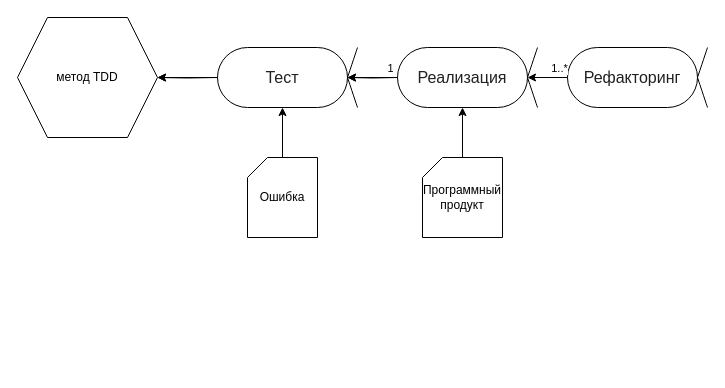
Above: method.drawio in TKarina/UML (draw.io), before the change. Source tidied: cells renumbered, new cells numbered last; positions are measured from the earlier drawing's top-left corner, leaving out a move shared by most shapes. Both pictures are drawn from the tidied source at 100%, with x=0, y=0 at pixel (17, 17).
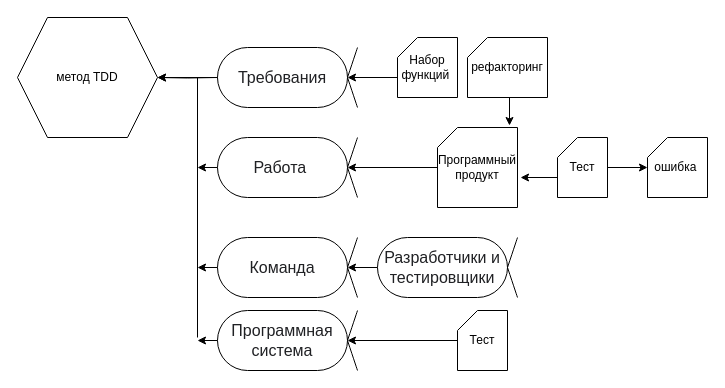
The same diagram, later.

Unchanged cells that the change refers to:
```xml
<mxCell id="3" style="group;" parent="1" vertex="1">
  <mxGeometry x="230" y="30" width="110" height="60" as="geometry" />
</mxCell>
```

The edit, as a diff of the source:
```diff
@@
-    <mxCell id="4" value="&lt;font color=&quot;#202124&quot; face=&quot;arial, sans-serif&quot;&gt;&lt;span style=&quot;font-size: 16px ; background-color: rgb(255 , 255 , 255)&quot;&gt;Тест&lt;/span&gt;&lt;/font&gt;" style="rounded=1;whiteSpace=wrap;html=1;arcSize=50;" parent="3" vertex="1">
+    <mxCell id="4" value="&lt;font color=&quot;#202124&quot; face=&quot;arial, sans-serif&quot;&gt;&lt;span style=&quot;font-size: 16px ; background-color: rgb(255 , 255 , 255)&quot;&gt;Требования&lt;/span&gt;&lt;/font&gt;" style="rounded=1;whiteSpace=wrap;html=1;arcSize=50;" parent="3" vertex="1">
       <mxGeometry x="-30" width="130" height="60" as="geometry" />
     </mxCell>
@@
     <mxCell id="7" style="group;" parent="1" vertex="1">
-      <mxGeometry x="410" y="30" width="110" height="60" as="geometry" />
+      <mxGeometry x="230" y="120" width="110" height="60" as="geometry" />
     </mxCell>
-    <mxCell id="8" value="&lt;font color=&quot;#202124&quot; face=&quot;arial, sans-serif&quot;&gt;&lt;span style=&quot;font-size: 16px ; background-color: rgb(255 , 255 , 255)&quot;&gt;Реализация&lt;/span&gt;&lt;/font&gt;" style="rounded=1;whiteSpace=wrap;html=1;arcSize=50;" parent="7" vertex="1">
+    <mxCell id="8" value="&lt;font color=&quot;#202124&quot; face=&quot;arial, sans-serif&quot;&gt;&lt;span style=&quot;font-size: 16px ; background-color: rgb(255 , 255 , 255)&quot;&gt;Работа&amp;nbsp;&lt;/span&gt;&lt;/font&gt;" style="rounded=1;whiteSpace=wrap;html=1;arcSize=50;" parent="7" vertex="1">
       <mxGeometry x="-30" width="130" height="60" as="geometry" />
     </mxCell>
@@
-    <mxCell id="13" style="edgeStyle=orthogonalEdgeStyle;rounded=0;jettySize=auto;html=1;entryX=1;entryY=0.5;entryDx=0;entryDy=0;" parent="1" edge="1" target="4">
-      <mxGeometry relative="1" as="geometry">
-        <mxPoint x="380" y="60" as="sourcePoint" />
-      </mxGeometry>
-    </mxCell>
-    <mxCell id="14" value="1" style="edgeLabel;html=1;align=center;verticalAlign=middle;" parent="13" vertex="1">
-      <mxGeometry x="-0.68" relative="1" as="geometry">
-        <mxPoint y="-10" as="offset" />
-      </mxGeometry>
-    </mxCell>
     <mxCell id="15" style="group;" parent="1" vertex="1">
-      <mxGeometry x="580" y="30" width="110" height="60" as="geometry" />
+      <mxGeometry x="230" y="220" width="110" height="60" as="geometry" />
     </mxCell>
-    <mxCell id="16" value="&lt;font color=&quot;#202124&quot; face=&quot;arial, sans-serif&quot;&gt;&lt;span style=&quot;font-size: 16px ; background-color: rgb(255 , 255 , 255)&quot;&gt;Рефакторинг&lt;/span&gt;&lt;/font&gt;" style="rounded=1;whiteSpace=wrap;html=1;arcSize=50;" parent="15" vertex="1">
+    <mxCell id="16" value="&lt;font color=&quot;#202124&quot; face=&quot;arial, sans-serif&quot;&gt;&lt;span style=&quot;font-size: 16px ; background-color: rgb(255 , 255 , 255)&quot;&gt;Команда&lt;/span&gt;&lt;/font&gt;" style="rounded=1;whiteSpace=wrap;html=1;arcSize=50;" parent="15" vertex="1">
       <mxGeometry x="-30" width="130" height="60" as="geometry" />
     </mxCell>
@@
-    <mxCell id="19" style="edgeStyle=orthogonalEdgeStyle;rounded=0;jettySize=auto;html=1;exitX=0;exitY=0.5;exitDx=0;exitDy=0;entryX=1;entryY=0.5;entryDx=0;entryDy=0;" parent="1" edge="1" source="16" target="8">
-      <mxGeometry relative="1" as="geometry" />
-    </mxCell>
-    <mxCell id="20" value="1..*" style="edgeLabel;html=1;align=center;verticalAlign=middle;" parent="19" vertex="1">
-      <mxGeometry x="-0.29" y="1" relative="1" as="geometry">
-        <mxPoint x="5" y="-11" as="offset" />
-      </mxGeometry>
-    </mxCell>
-    <mxCell id="21" style="edgeStyle=orthogonalEdgeStyle;rounded=0;jettySize=auto;html=1;" parent="1" edge="1" source="22">
-      <mxGeometry relative="1" as="geometry">
-        <mxPoint x="265" y="90" as="targetPoint" />
-      </mxGeometry>
-    </mxCell>
+    <mxCell id="26" style="edgeStyle=orthogonalEdgeStyle;rounded=0;jettySize=auto;html=1;exitX=0.5;exitY=1;exitDx=0;exitDy=0;exitPerimeter=0;entryX=0.9;entryY=-0.025;entryDx=0;entryDy=0;entryPerimeter=0;" parent="1" edge="1" source="22" target="25">
+      <mxGeometry relative="1" as="geometry" />
+    </mxCell>
-    <mxCell id="22" value="Ошибка" style="shape=card;whiteSpace=wrap;html=1;size=20;" parent="1" vertex="1">
-      <mxGeometry x="230" y="140" width="70" height="80" as="geometry" />
+    <mxCell id="22" value="рефакторинг" style="shape=card;whiteSpace=wrap;html=1;size=20;" parent="1" vertex="1">
+      <mxGeometry x="450" y="20" width="80" height="60" as="geometry" />
     </mxCell>
-    <mxCell id="23" style="edgeStyle=orthogonalEdgeStyle;rounded=0;jettySize=auto;html=1;" parent="1" edge="1" source="8" target="4">
-      <mxGeometry relative="1" as="geometry" />
-    </mxCell>
-    <mxCell id="24" style="edgeStyle=orthogonalEdgeStyle;rounded=0;jettySize=auto;html=1;entryX=0.5;entryY=1;entryDx=0;entryDy=0;" parent="1" edge="1" source="25" target="8">
-      <mxGeometry relative="1" as="geometry" />
-    </mxCell>
+    <mxCell id="27" style="edgeStyle=orthogonalEdgeStyle;rounded=0;jettySize=auto;html=1;" parent="1" edge="1" source="25">
+      <mxGeometry relative="1" as="geometry">
+        <mxPoint x="330" y="150" as="targetPoint" />
+      </mxGeometry>
+    </mxCell>
     <mxCell id="25" value="Программный продукт" style="shape=card;whiteSpace=wrap;html=1;size=20;" parent="1" vertex="1">
-      <mxGeometry x="405" y="140" width="80" height="80" as="geometry" />
+      <mxGeometry x="420" y="110" width="80" height="80" as="geometry" />
     </mxCell>
+    <mxCell id="28" style="endArrow=none;html=1;rounded=0;" parent="1" edge="1">
+      <mxGeometry relative="1" as="geometry">
+        <mxPoint x="180" y="320" as="sourcePoint" />
+        <mxPoint x="180" y="60" as="targetPoint" />
+      </mxGeometry>
+    </mxCell>
+    <mxCell id="29" style="edgeStyle=orthogonalEdgeStyle;rounded=0;jettySize=auto;html=1;exitX=0;exitY=0.5;exitDx=0;exitDy=0;" parent="1" edge="1" source="8">
+      <mxGeometry relative="1" as="geometry">
+        <mxPoint x="180" y="150" as="targetPoint" />
+      </mxGeometry>
+    </mxCell>
+    <mxCell id="30" style="edgeStyle=orthogonalEdgeStyle;rounded=0;jettySize=auto;html=1;exitX=0;exitY=0.5;exitDx=0;exitDy=0;" parent="1" edge="1" source="16">
+      <mxGeometry relative="1" as="geometry">
+        <mxPoint x="180" y="250" as="targetPoint" />
+      </mxGeometry>
+    </mxCell>
+    <mxCell id="31" style="group;" parent="1" vertex="1">
+      <mxGeometry x="230" y="293" width="110" height="60" as="geometry" />
+    </mxCell>
+    <mxCell id="32" value="&lt;font color=&quot;#202124&quot; face=&quot;arial, sans-serif&quot;&gt;&lt;span style=&quot;font-size: 16px ; background-color: rgb(255 , 255 , 255)&quot;&gt;Программная система&lt;/span&gt;&lt;/font&gt;" style="rounded=1;whiteSpace=wrap;html=1;arcSize=50;" parent="31" vertex="1">
+      <mxGeometry x="-30" width="130" height="60" as="geometry" />
+    </mxCell>
+    <mxCell id="33" style="endArrow=none;html=1;rounded=0;curved=1;entryX=1;entryY=0.5;entryDx=0;entryDy=0;" parent="31" edge="1" target="32">
+      <mxGeometry relative="1" as="geometry">
+        <mxPoint x="110" y="60" as="sourcePoint" />
+      </mxGeometry>
+    </mxCell>
+    <mxCell id="34" style="endArrow=none;html=1;rounded=0;curved=1;entryX=1;entryY=0.5;entryDx=0;entryDy=0;" parent="31" edge="1" target="32">
+      <mxGeometry relative="1" as="geometry">
+        <mxPoint x="110" as="sourcePoint" />
+      </mxGeometry>
+    </mxCell>
+    <mxCell id="35" style="edgeStyle=orthogonalEdgeStyle;rounded=0;jettySize=auto;html=1;exitX=0;exitY=0.5;exitDx=0;exitDy=0;" parent="1" edge="1" source="32">
+      <mxGeometry relative="1" as="geometry">
+        <mxPoint x="180" y="323" as="targetPoint" />
+      </mxGeometry>
+    </mxCell>
+    <mxCell id="36" style="edgeStyle=orthogonalEdgeStyle;rounded=0;jettySize=auto;html=1;exitX=0;exitY=0;exitDx=0;exitDy=40;exitPerimeter=0;entryX=1;entryY=0.5;entryDx=0;entryDy=0;" parent="1" edge="1" source="37" target="4">
+      <mxGeometry relative="1" as="geometry" />
+    </mxCell>
+    <mxCell id="37" value="Набор функций&amp;nbsp;" style="shape=card;whiteSpace=wrap;html=1;size=20;" parent="1" vertex="1">
+      <mxGeometry x="380" y="20" width="60" height="60" as="geometry" />
+    </mxCell>
+    <mxCell id="38" style="group;" parent="1" vertex="1">
+      <mxGeometry x="390" y="220" width="110" height="60" as="geometry" />
+    </mxCell>
+    <mxCell id="39" value="&lt;font color=&quot;#202124&quot; face=&quot;arial, sans-serif&quot;&gt;&lt;span style=&quot;font-size: 16px ; background-color: rgb(255 , 255 , 255)&quot;&gt;Разработчики и тестировщики&lt;/span&gt;&lt;/font&gt;" style="rounded=1;whiteSpace=wrap;html=1;arcSize=50;" parent="38" vertex="1">
+      <mxGeometry x="-30" width="130" height="60" as="geometry" />
+    </mxCell>
+    <mxCell id="40" style="endArrow=none;html=1;rounded=0;curved=1;entryX=1;entryY=0.5;entryDx=0;entryDy=0;" parent="38" edge="1" target="39">
+      <mxGeometry relative="1" as="geometry">
+        <mxPoint x="110" y="60" as="sourcePoint" />
+      </mxGeometry>
+    </mxCell>
+    <mxCell id="41" style="endArrow=none;html=1;rounded=0;curved=1;entryX=1;entryY=0.5;entryDx=0;entryDy=0;" parent="38" edge="1" target="39">
+      <mxGeometry relative="1" as="geometry">
+        <mxPoint x="110" as="sourcePoint" />
+      </mxGeometry>
+    </mxCell>
+    <mxCell id="42" style="edgeStyle=orthogonalEdgeStyle;rounded=0;jettySize=auto;html=1;exitX=0;exitY=0.5;exitDx=0;exitDy=0;" parent="1" edge="1" source="39">
+      <mxGeometry relative="1" as="geometry">
+        <mxPoint x="330" y="250" as="targetPoint" />
+      </mxGeometry>
+    </mxCell>
+    <mxCell id="43" style="edgeStyle=orthogonalEdgeStyle;rounded=0;jettySize=auto;html=1;" parent="1" edge="1" source="45" target="46">
+      <mxGeometry relative="1" as="geometry" />
+    </mxCell>
+    <mxCell id="44" style="edgeStyle=orthogonalEdgeStyle;rounded=0;jettySize=auto;html=1;exitX=0;exitY=0;exitDx=0;exitDy=40;exitPerimeter=0;entryX=1.038;entryY=0.625;entryDx=0;entryDy=0;entryPerimeter=0;" parent="1" edge="1" source="45" target="25">
+      <mxGeometry relative="1" as="geometry" />
+    </mxCell>
+    <mxCell id="45" value="Тест" style="shape=card;whiteSpace=wrap;html=1;size=20;" parent="1" vertex="1">
+      <mxGeometry x="540" y="120" width="50" height="60" as="geometry" />
+    </mxCell>
+    <mxCell id="46" value="ошибка&amp;nbsp;" style="shape=card;whiteSpace=wrap;html=1;size=20;" parent="1" vertex="1">
+      <mxGeometry x="630" y="120" width="60" height="60" as="geometry" />
+    </mxCell>
+    <mxCell id="47" style="edgeStyle=orthogonalEdgeStyle;rounded=0;jettySize=auto;html=1;" parent="1" edge="1" source="48">
+      <mxGeometry relative="1" as="geometry">
+        <mxPoint x="330" y="323" as="targetPoint" />
+      </mxGeometry>
+    </mxCell>
+    <mxCell id="48" value="Тест" style="shape=card;whiteSpace=wrap;html=1;size=20;" parent="1" vertex="1">
+      <mxGeometry x="440" y="293" width="50" height="60" as="geometry" />
+    </mxCell>
```
